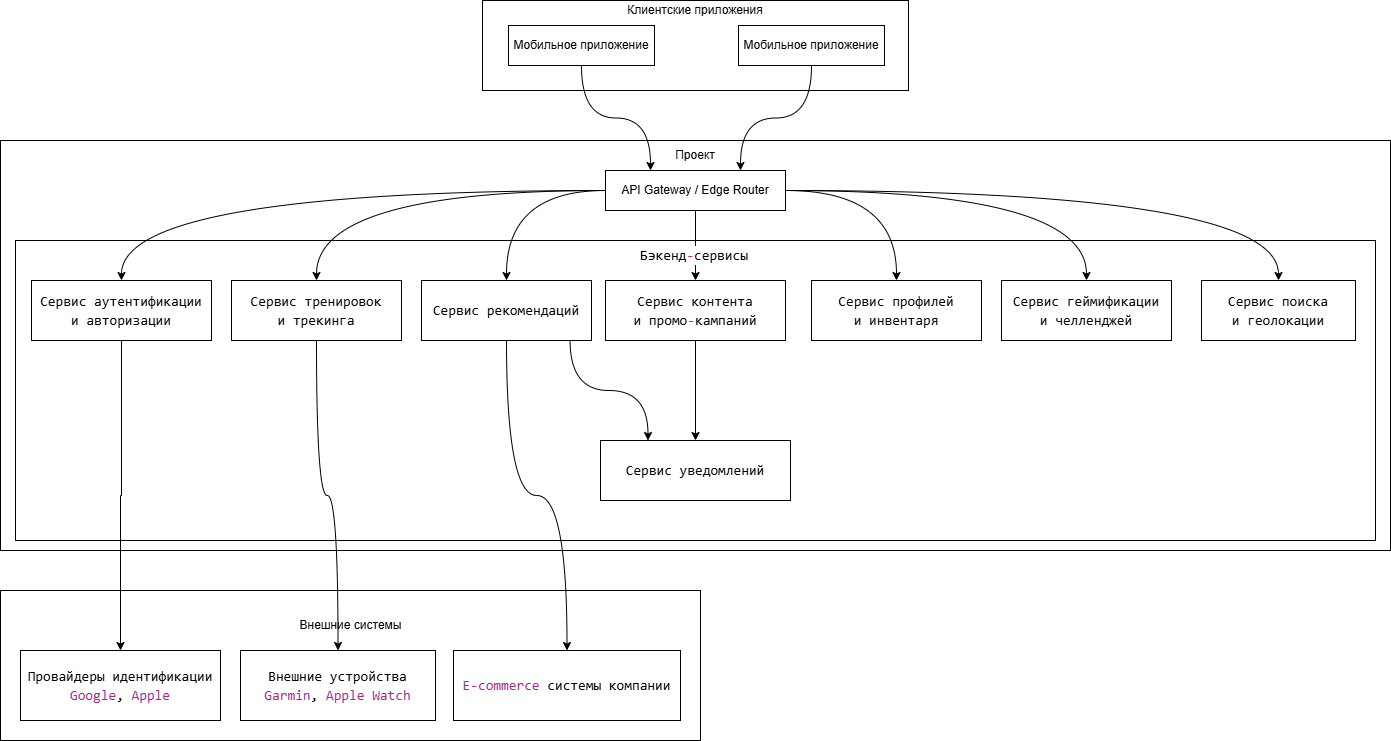
Earlier version of the draw.io export images/conceptual_architecture.png (ramazanovmax/Final-job-Software-Architect). Source tidied: cells renumbered, new cells last; positions are measured from the earlier drawing's top-left corner, leaving out a move shared by most shapes. Source of this version:
```xml
<mxGraphModel>
  <root>
    <mxCell id="0" />
    <mxCell id="1" parent="0" />
    <mxCell id="2" style="rounded=0;whiteSpace=wrap;html=1;" parent="1" vertex="1">
      <mxGeometry x="482" width="426" height="90" as="geometry" />
    </mxCell>
    <mxCell id="3" style="rounded=0;whiteSpace=wrap;html=1;" parent="1" vertex="1">
      <mxGeometry y="140" width="1390" height="410" as="geometry" />
    </mxCell>
    <mxCell id="4" value="Клиентские приложения" style="text;html=1;whiteSpace=wrap;strokeColor=none;fillColor=none;align=center;verticalAlign=middle;rounded=0;" parent="1" vertex="1">
      <mxGeometry x="622" width="146" height="20" as="geometry" />
    </mxCell>
    <mxCell id="5" style="edgeStyle=orthogonalEdgeStyle;rounded=0;jettySize=auto;html=1;curved=1;entryX=0.25;entryY=0;entryDx=0;entryDy=0;" parent="1" edge="1" source="6" target="17">
      <mxGeometry relative="1" as="geometry" />
    </mxCell>
    <mxCell id="6" value="Мобильное приложение" style="rounded=0;whiteSpace=wrap;html=1;" parent="1" vertex="1">
      <mxGeometry x="508" y="25" width="146" height="40" as="geometry" />
    </mxCell>
    <mxCell id="7" style="edgeStyle=orthogonalEdgeStyle;rounded=0;jettySize=auto;html=1;curved=1;entryX=0.75;entryY=0;entryDx=0;entryDy=0;" parent="1" edge="1" source="8" target="17">
      <mxGeometry relative="1" as="geometry" />
    </mxCell>
    <mxCell id="8" value="Мобильное приложение" style="rounded=0;whiteSpace=wrap;html=1;" parent="1" vertex="1">
      <mxGeometry x="738" y="25" width="146" height="40" as="geometry" />
    </mxCell>
    <mxCell id="9" value="Проект" style="text;html=1;whiteSpace=wrap;strokeColor=none;fillColor=none;align=center;verticalAlign=middle;rounded=0;" parent="1" vertex="1">
      <mxGeometry x="665" y="140" width="60" height="30" as="geometry" />
    </mxCell>
    <mxCell id="10" style="edgeStyle=orthogonalEdgeStyle;rounded=0;jettySize=auto;html=1;curved=1;" parent="1" edge="1" source="17" target="21">
      <mxGeometry relative="1" as="geometry" />
    </mxCell>
    <mxCell id="11" style="edgeStyle=orthogonalEdgeStyle;rounded=0;jettySize=auto;html=1;curved=1;" parent="1" edge="1" source="17" target="24">
      <mxGeometry relative="1" as="geometry" />
    </mxCell>
    <mxCell id="12" style="edgeStyle=orthogonalEdgeStyle;rounded=0;jettySize=auto;html=1;curved=1;" parent="1" edge="1" source="17" target="31">
      <mxGeometry relative="1" as="geometry" />
    </mxCell>
    <mxCell id="13" style="edgeStyle=orthogonalEdgeStyle;rounded=0;jettySize=auto;html=1;" parent="1" edge="1" source="17" target="28">
      <mxGeometry relative="1" as="geometry" />
    </mxCell>
    <mxCell id="14" style="edgeStyle=orthogonalEdgeStyle;rounded=0;jettySize=auto;html=1;curved=1;" parent="1" edge="1" source="17" target="22">
      <mxGeometry relative="1" as="geometry" />
    </mxCell>
    <mxCell id="15" style="edgeStyle=orthogonalEdgeStyle;rounded=0;jettySize=auto;html=1;curved=1;" parent="1" edge="1" source="17" target="25">
      <mxGeometry relative="1" as="geometry" />
    </mxCell>
    <mxCell id="16" style="edgeStyle=orthogonalEdgeStyle;rounded=0;jettySize=auto;html=1;curved=1;" parent="1" edge="1" source="17" target="26">
      <mxGeometry relative="1" as="geometry" />
    </mxCell>
    <mxCell id="17" value="API Gateway / Edge Router" style="rounded=0;whiteSpace=wrap;html=1;" parent="1" vertex="1">
      <mxGeometry x="605" y="170" width="180" height="40" as="geometry" />
    </mxCell>
    <mxCell id="18" style="rounded=0;whiteSpace=wrap;html=1;fillColor=none;" parent="1" vertex="1">
      <mxGeometry x="15" y="240" width="1360" height="300" as="geometry" />
    </mxCell>
    <mxCell id="19" value="&lt;div style=&quot;background-color: rgb(255, 255, 254); font-family: Consolas, &amp;quot;Courier New&amp;quot;, monospace; font-size: 14px; line-height: 19px; white-space: pre;&quot;&gt;Бэкенд&lt;span style=&quot;color: #a22889;&quot;&gt;-&lt;/span&gt;сервисы&lt;/div&gt;" style="text;html=1;whiteSpace=wrap;strokeColor=none;fillColor=none;align=center;verticalAlign=middle;rounded=0;" parent="1" vertex="1">
      <mxGeometry x="664" y="240" width="60" height="30" as="geometry" />
    </mxCell>
    <mxCell id="20" style="edgeStyle=orthogonalEdgeStyle;rounded=0;jettySize=auto;html=1;entryX=0.5;entryY=0;entryDx=0;entryDy=0;" parent="1" edge="1" source="21" target="35">
      <mxGeometry relative="1" as="geometry" />
    </mxCell>
    <mxCell id="21" value="&lt;div style=&quot;background-color: rgb(255, 255, 254); font-family: Consolas, &amp;quot;Courier New&amp;quot;, monospace; font-size: 14px; line-height: 19px; white-space: pre;&quot;&gt;Сервис аутентификации&lt;/div&gt;&lt;div style=&quot;background-color: rgb(255, 255, 254); font-family: Consolas, &amp;quot;Courier New&amp;quot;, monospace; font-size: 14px; line-height: 19px; white-space: pre;&quot;&gt;и авторизации&lt;/div&gt;" style="rounded=0;whiteSpace=wrap;html=1;" parent="1" vertex="1">
      <mxGeometry x="31" y="280" width="180" height="60" as="geometry" />
    </mxCell>
    <mxCell id="22" value="&lt;div style=&quot;background-color: rgb(255, 255, 254); font-family: Consolas, &amp;quot;Courier New&amp;quot;, monospace; font-size: 14px; line-height: 19px; white-space: pre;&quot;&gt;&lt;div style=&quot;line-height: 19px;&quot;&gt;Сервис профилей&lt;/div&gt;&lt;div style=&quot;line-height: 19px;&quot;&gt;и инвентаря&lt;/div&gt;&lt;/div&gt;" style="rounded=0;whiteSpace=wrap;html=1;" parent="1" vertex="1">
      <mxGeometry x="811" y="280" width="170" height="60" as="geometry" />
    </mxCell>
    <mxCell id="23" style="edgeStyle=orthogonalEdgeStyle;rounded=0;jettySize=auto;html=1;curved=1;" parent="1" edge="1" source="24" target="36">
      <mxGeometry relative="1" as="geometry" />
    </mxCell>
    <mxCell id="24" value="&lt;div style=&quot;background-color: rgb(255, 255, 254); font-family: Consolas, &amp;quot;Courier New&amp;quot;, monospace; font-size: 14px; line-height: 19px; white-space: pre;&quot;&gt;&lt;div style=&quot;line-height: 19px;&quot;&gt;&lt;div style=&quot;line-height: 19px;&quot;&gt;Сервис тренировок&lt;/div&gt;&lt;div style=&quot;line-height: 19px;&quot;&gt;и трекинга&lt;/div&gt;&lt;/div&gt;&lt;/div&gt;" style="rounded=0;whiteSpace=wrap;html=1;" parent="1" vertex="1">
      <mxGeometry x="231" y="280" width="170" height="60" as="geometry" />
    </mxCell>
    <mxCell id="25" value="&lt;div style=&quot;background-color: rgb(255, 255, 254); font-family: Consolas, &amp;quot;Courier New&amp;quot;, monospace; font-size: 14px; line-height: 19px; white-space: pre;&quot;&gt;&lt;div style=&quot;line-height: 19px;&quot;&gt;&lt;div style=&quot;line-height: 19px;&quot;&gt;&lt;div style=&quot;line-height: 19px;&quot;&gt;Сервис геймификации&lt;/div&gt;&lt;div style=&quot;line-height: 19px;&quot;&gt;и челленджей&lt;/div&gt;&lt;/div&gt;&lt;/div&gt;&lt;/div&gt;" style="rounded=0;whiteSpace=wrap;html=1;" parent="1" vertex="1">
      <mxGeometry x="1001" y="280" width="170" height="60" as="geometry" />
    </mxCell>
    <mxCell id="26" value="&lt;div style=&quot;background-color: rgb(255, 255, 254); font-family: Consolas, &amp;quot;Courier New&amp;quot;, monospace; font-size: 14px; line-height: 19px; white-space: pre;&quot;&gt;&lt;div style=&quot;line-height: 19px;&quot;&gt;&lt;div style=&quot;line-height: 19px;&quot;&gt;&lt;div style=&quot;line-height: 19px;&quot;&gt;&lt;div style=&quot;line-height: 19px;&quot;&gt;Сервис поиска&lt;/div&gt;&lt;div style=&quot;line-height: 19px;&quot;&gt;и геолокации&lt;/div&gt;&lt;/div&gt;&lt;/div&gt;&lt;/div&gt;&lt;/div&gt;" style="rounded=0;whiteSpace=wrap;html=1;" parent="1" vertex="1">
      <mxGeometry x="1201" y="280" width="154" height="60" as="geometry" />
    </mxCell>
    <mxCell id="27" style="edgeStyle=orthogonalEdgeStyle;rounded=0;jettySize=auto;html=1;curved=1;" parent="1" edge="1" source="28" target="32">
      <mxGeometry relative="1" as="geometry" />
    </mxCell>
    <mxCell id="28" value="&lt;div style=&quot;background-color: rgb(255, 255, 254); font-family: Consolas, &amp;quot;Courier New&amp;quot;, monospace; font-size: 14px; line-height: 19px; white-space: pre;&quot;&gt;&lt;div style=&quot;line-height: 19px;&quot;&gt;&lt;div style=&quot;line-height: 19px;&quot;&gt;&lt;div style=&quot;line-height: 19px;&quot;&gt;&lt;div style=&quot;line-height: 19px;&quot;&gt;&lt;div style=&quot;line-height: 19px;&quot;&gt;Сервис контента&lt;/div&gt;&lt;div style=&quot;line-height: 19px;&quot;&gt;и промо&lt;span style=&quot;color: rgb(162, 40, 137);&quot;&gt;-&lt;/span&gt;кампаний&lt;/div&gt;&lt;/div&gt;&lt;/div&gt;&lt;/div&gt;&lt;/div&gt;&lt;/div&gt;" style="rounded=0;whiteSpace=wrap;html=1;" parent="1" vertex="1">
      <mxGeometry x="605" y="280" width="180" height="60" as="geometry" />
    </mxCell>
    <mxCell id="29" style="edgeStyle=orthogonalEdgeStyle;rounded=0;jettySize=auto;html=1;exitX=0.874;exitY=0.997;exitDx=0;exitDy=0;curved=1;entryX=0.25;entryY=0;entryDx=0;entryDy=0;exitPerimeter=0;" parent="1" edge="1" source="31" target="32">
      <mxGeometry relative="1" as="geometry" />
    </mxCell>
    <mxCell id="30" style="edgeStyle=orthogonalEdgeStyle;rounded=0;jettySize=auto;html=1;curved=1;" parent="1" edge="1" source="31" target="37">
      <mxGeometry relative="1" as="geometry" />
    </mxCell>
    <mxCell id="31" value="&lt;div style=&quot;background-color: rgb(255, 255, 254); font-family: Consolas, &amp;quot;Courier New&amp;quot;, monospace; font-size: 14px; line-height: 19px; white-space: pre;&quot;&gt;&lt;div style=&quot;line-height: 19px;&quot;&gt;&lt;div style=&quot;line-height: 19px;&quot;&gt;&lt;div style=&quot;line-height: 19px;&quot;&gt;&lt;div style=&quot;line-height: 19px;&quot;&gt;&lt;div style=&quot;line-height: 19px;&quot;&gt;&lt;div style=&quot;line-height: 19px;&quot;&gt;Сервис рекомендаций&lt;/div&gt;&lt;/div&gt;&lt;/div&gt;&lt;/div&gt;&lt;/div&gt;&lt;/div&gt;&lt;/div&gt;" style="rounded=0;whiteSpace=wrap;html=1;" parent="1" vertex="1">
      <mxGeometry x="421" y="280" width="170" height="60" as="geometry" />
    </mxCell>
    <mxCell id="32" value="&lt;div style=&quot;background-color: rgb(255, 255, 254); font-family: Consolas, &amp;quot;Courier New&amp;quot;, monospace; font-size: 14px; line-height: 19px; white-space: pre;&quot;&gt;&lt;div style=&quot;line-height: 19px;&quot;&gt;&lt;div style=&quot;line-height: 19px;&quot;&gt;&lt;div style=&quot;line-height: 19px;&quot;&gt;&lt;div style=&quot;line-height: 19px;&quot;&gt;&lt;div style=&quot;line-height: 19px;&quot;&gt;Сервис уведомлений&lt;/div&gt;&lt;/div&gt;&lt;/div&gt;&lt;/div&gt;&lt;/div&gt;&lt;/div&gt;" style="rounded=0;whiteSpace=wrap;html=1;" parent="1" vertex="1">
      <mxGeometry x="600" y="440" width="190" height="60" as="geometry" />
    </mxCell>
    <mxCell id="33" style="rounded=0;whiteSpace=wrap;html=1;fillColor=none;" parent="1" vertex="1">
      <mxGeometry y="590" width="700" height="150" as="geometry" />
    </mxCell>
    <mxCell id="34" value="Внешние системы" style="text;html=1;whiteSpace=wrap;strokeColor=none;fillColor=none;align=center;verticalAlign=middle;rounded=0;" parent="1" vertex="1">
      <mxGeometry x="282.5" y="610" width="135" height="30" as="geometry" />
    </mxCell>
    <mxCell id="35" value="&lt;div style=&quot;background-color: rgb(255, 255, 254); font-family: Consolas, &amp;quot;Courier New&amp;quot;, monospace; font-size: 14px; line-height: 19px; white-space: pre;&quot;&gt;Провайдеры идентификации&lt;/div&gt;&lt;div style=&quot;background-color: rgb(255, 255, 254); font-family: Consolas, &amp;quot;Courier New&amp;quot;, monospace; font-size: 14px; line-height: 19px; white-space: pre;&quot;&gt;&lt;span style=&quot;color: #a22889;&quot;&gt;Google&lt;/span&gt;, &lt;span style=&quot;color: #a22889;&quot;&gt;Apple&lt;/span&gt;&lt;/div&gt;" style="rounded=0;whiteSpace=wrap;html=1;" parent="1" vertex="1">
      <mxGeometry x="20" y="650" width="200" height="70" as="geometry" />
    </mxCell>
    <mxCell id="36" value="&lt;div style=&quot;background-color: rgb(255, 255, 254); font-family: Consolas, &amp;quot;Courier New&amp;quot;, monospace; font-size: 14px; line-height: 19px; white-space: pre;&quot;&gt;&lt;div style=&quot;line-height: 19px;&quot;&gt;Внешние устройства&lt;/div&gt;&lt;div style=&quot;line-height: 19px;&quot;&gt;&lt;span style=&quot;color: #a22889;&quot;&gt;Garmin&lt;/span&gt;, &lt;span style=&quot;color: #a22889;&quot;&gt;Apple&lt;/span&gt; &lt;span style=&quot;color: #a22889;&quot;&gt;Watch&lt;/span&gt;&lt;/div&gt;&lt;/div&gt;" style="rounded=0;whiteSpace=wrap;html=1;" parent="1" vertex="1">
      <mxGeometry x="240" y="650" width="195" height="70" as="geometry" />
    </mxCell>
    <mxCell id="37" value="&lt;div style=&quot;background-color: rgb(255, 255, 254); font-family: Consolas, &amp;quot;Courier New&amp;quot;, monospace; font-size: 14px; line-height: 19px; white-space: pre;&quot;&gt;&lt;div style=&quot;line-height: 19px;&quot;&gt;&lt;div style=&quot;line-height: 19px;&quot;&gt;&lt;span style=&quot;color: #a22889;&quot;&gt;E-commerce&lt;/span&gt; системы компании&lt;/div&gt;&lt;/div&gt;&lt;/div&gt;" style="rounded=0;whiteSpace=wrap;html=1;" parent="1" vertex="1">
      <mxGeometry x="453" y="650" width="227" height="70" as="geometry" />
    </mxCell>
  </root>
</mxGraphModel>
```
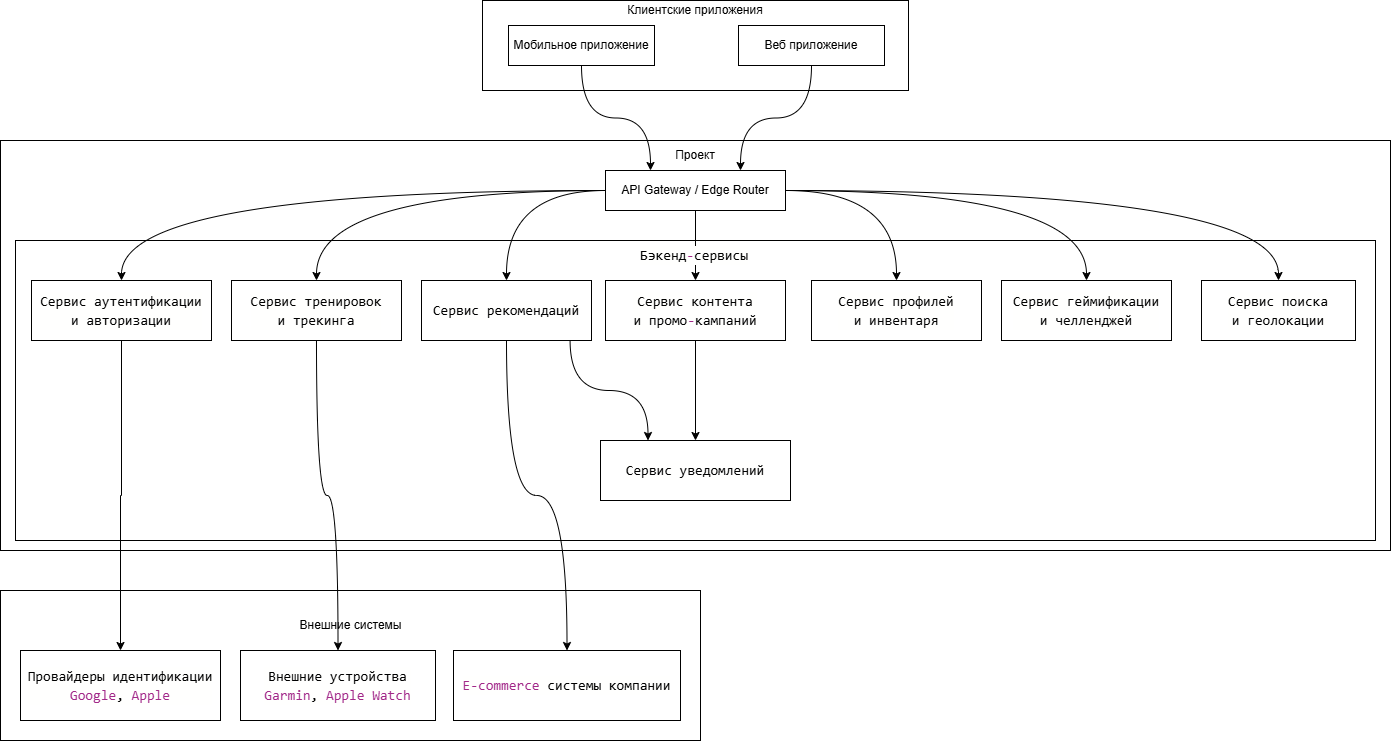
After the commit.

Change to the diagram source:
```diff
@@ -20,7 +20,7 @@
     <mxCell id="7" style="edgeStyle=orthogonalEdgeStyle;rounded=0;jettySize=auto;html=1;curved=1;entryX=0.75;entryY=0;entryDx=0;entryDy=0;" parent="1" edge="1" source="8" target="17">
       <mxGeometry relative="1" as="geometry" />
     </mxCell>
-    <mxCell id="8" value="Мобильное приложение" style="rounded=0;whiteSpace=wrap;html=1;" parent="1" vertex="1">
+    <mxCell id="8" value="Веб приложение" style="rounded=0;whiteSpace=wrap;html=1;" parent="1" vertex="1">
       <mxGeometry x="738" y="25" width="146" height="40" as="geometry" />
     </mxCell>
     <mxCell id="9" value="Проект" style="text;html=1;whiteSpace=wrap;strokeColor=none;fillColor=none;align=center;verticalAlign=middle;rounded=0;" parent="1" vertex="1">
```
